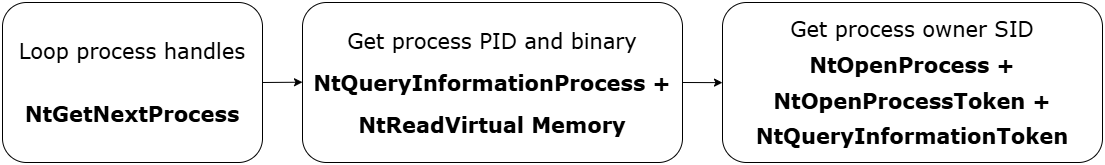
The draw.io diagram images/nativetokenstealer/esquema2.png in ricardojoserf/ricardojoserf.github.io, before a commit. Source tidied: cells renumbered, new cells last; positions are measured from the earlier drawing's top-left corner, leaving out a move shared by most shapes.
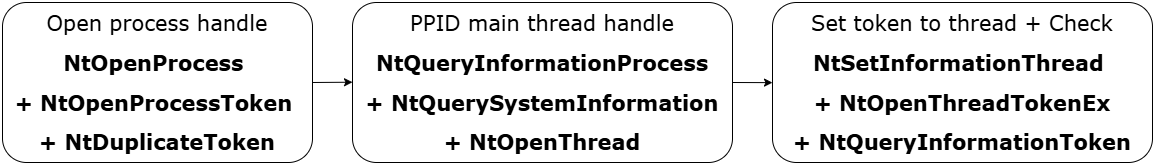
The same file after the commit.

Change to the diagram source:
```diff
@@ -2,13 +2,13 @@
   <root>
     <mxCell id="0" />
     <mxCell id="1" parent="0" />
-    <mxCell id="2" value="&lt;div style=&quot;line-height: 150%;&quot;&gt;&lt;font&gt;&lt;font&gt;&lt;font&gt;Loop process handles&lt;/font&gt;&lt;br style=&quot;border-color: var(--border-color);&quot;&gt;&lt;/font&gt;&lt;b&gt;&lt;br&gt;&lt;/b&gt;&lt;/font&gt;&lt;div&gt;&lt;span style=&quot;background-color: transparent;&quot;&gt;&lt;b&gt;NtGetNextProcess&lt;/b&gt;&lt;/span&gt;&lt;/div&gt;&lt;/div&gt;" style="rounded=1;whiteSpace=wrap;html=1;fontFamily=Verdana;fontSize=21;" parent="1" vertex="1">
-      <mxGeometry width="260" height="160" as="geometry" />
+    <mxCell id="2" value="&lt;div style=&quot;line-height: 190%;&quot;&gt;&lt;font&gt;Open process handle&lt;br&gt;&lt;/font&gt;&lt;div&gt;&lt;span style=&quot;background-color: transparent;&quot;&gt;&lt;b&gt;NtOpenProcess&amp;nbsp;&lt;/b&gt;&lt;/span&gt;&lt;/div&gt;&lt;div&gt;&lt;span style=&quot;background-color: transparent;&quot;&gt;&lt;b&gt;+ NtOpenProcessToken&amp;nbsp;&lt;/b&gt;&lt;/span&gt;&lt;/div&gt;&lt;div&gt;&lt;span style=&quot;background-color: transparent;&quot;&gt;&lt;b&gt;+ NtDuplicateToken&lt;/b&gt;&lt;/span&gt;&lt;/div&gt;&lt;/div&gt;" style="rounded=1;whiteSpace=wrap;html=1;fontFamily=Verdana;fontSize=21;" parent="1" vertex="1">
+      <mxGeometry x="-50" width="310" height="160" as="geometry" />
     </mxCell>
-    <mxCell id="3" value="&lt;div style=&quot;line-height: 200%;&quot;&gt;&lt;font&gt;Get process PID and binary&lt;/font&gt;&lt;div&gt;&lt;div&gt;&lt;b&gt;NtQueryInformationProcess&amp;nbsp;&lt;/b&gt;&lt;b style=&quot;background-color: transparent; color: light-dark(rgb(0, 0, 0), rgb(255, 255, 255));&quot;&gt;+&lt;/b&gt;&lt;/div&gt;&lt;div&gt;&lt;b style=&quot;background-color: transparent; color: light-dark(rgb(0, 0, 0), rgb(255, 255, 255));&quot;&gt;NtReadVirtual Memory&lt;/b&gt;&lt;/div&gt;&lt;/div&gt;&lt;/div&gt;" style="rounded=1;whiteSpace=wrap;html=1;fontFamily=Verdana;fontSize=21;" parent="1" vertex="1">
+    <mxCell id="3" value="&lt;div style=&quot;line-height: 190%;&quot;&gt;PPID main thread handle&lt;/div&gt;&lt;div style=&quot;line-height: 190%;&quot;&gt;&lt;b&gt;NtQueryInformationProcess&lt;/b&gt;&lt;/div&gt;&lt;div style=&quot;line-height: 190%;&quot;&gt;&lt;b&gt;+ NtQuerySystemInformation&lt;/b&gt;&lt;/div&gt;&lt;div style=&quot;line-height: 190%;&quot;&gt;&lt;b&gt;+ NtOpenThread&lt;/b&gt;&lt;/div&gt;" style="rounded=1;whiteSpace=wrap;html=1;fontFamily=Verdana;fontSize=21;" parent="1" vertex="1">
       <mxGeometry x="300" width="380" height="160" as="geometry" />
     </mxCell>
-    <mxCell id="4" value="&lt;div style=&quot;line-height: 170%;&quot;&gt;&lt;div&gt;&lt;span style=&quot;background-color: transparent; color: light-dark(rgb(0, 0, 0), rgb(255, 255, 255));&quot;&gt;Get process owner SID&lt;/span&gt;&lt;/div&gt;&lt;div&gt;&lt;span style=&quot;background-color: transparent;&quot;&gt;&lt;b&gt;NtOpenProcess + NtOpenProcessToken + NtQueryInformationToken&lt;/b&gt;&lt;/span&gt;&lt;/div&gt;&lt;/div&gt;" style="rounded=1;whiteSpace=wrap;html=1;fontFamily=Verdana;fontSize=21;" parent="1" vertex="1">
+    <mxCell id="4" value="&lt;div style=&quot;line-height: 190%;&quot;&gt;&lt;div&gt;&lt;span style=&quot;background-color: transparent;&quot;&gt;Set token to thread + Check&lt;/span&gt;&lt;/div&gt;&lt;div&gt;&lt;b&gt;&lt;span style=&quot;background-color: transparent;&quot;&gt;NtSetInformationThread&amp;nbsp;&lt;/span&gt;&lt;/b&gt;&lt;/div&gt;&lt;div&gt;&lt;b&gt;&lt;span style=&quot;background-color: transparent;&quot;&gt;+&lt;/span&gt;&lt;span style=&quot;background-color: transparent;&quot;&gt;&amp;nbsp;NtOpenThreadTokenEx&lt;/span&gt;&lt;/b&gt;&lt;/div&gt;&lt;div&gt;&lt;b&gt;&lt;span style=&quot;background-color: transparent;&quot;&gt;+ NtQueryInformationToken&lt;/span&gt;&lt;/b&gt;&lt;/div&gt;&lt;/div&gt;" style="rounded=1;whiteSpace=wrap;html=1;fontFamily=Verdana;fontSize=21;" parent="1" vertex="1">
       <mxGeometry x="720" width="380" height="160" as="geometry" />
     </mxCell>
     <mxCell id="5" style="endArrow=classic;html=1;rounded=0;exitX=1;exitY=0.5;exitDx=0;exitDy=0;" parent="1" edge="1" source="2">
```
